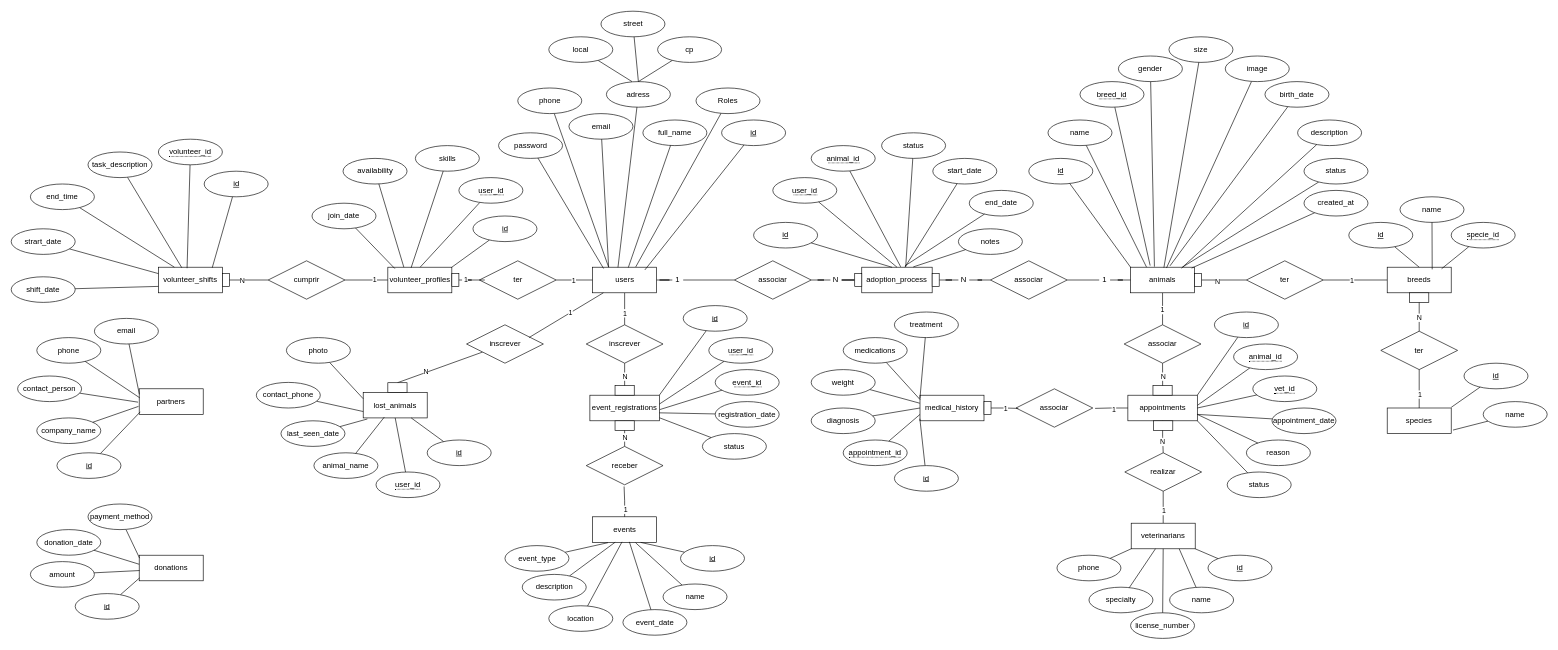
The draw.io diagram BaseDados/2025178491_AfonsoTeixeira/ModeloConceptual.drawio in afonsosateixeira/Grupo6, before the edit. Source tidied: cells renumbered, new cells numbered last; positions are measured from the earlier drawing's top-left corner, leaving out a move shared by most shapes. Both pictures are drawn from the tidied source at 64%, with x=0, y=0 at pixel (11, 11).
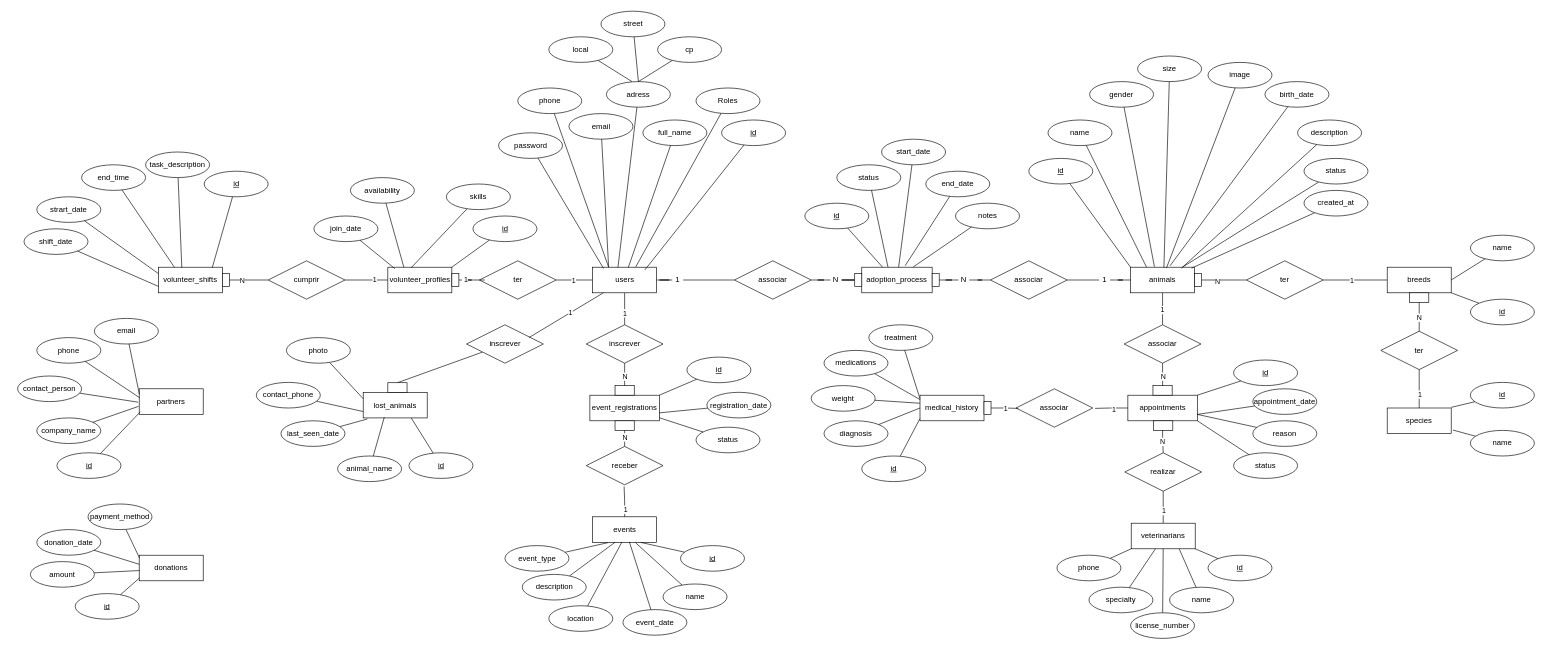
Above is the later version.

Unchanged cells that the change refers to:
```xml
<mxCell id="7" value="breeds" style="whiteSpace=wrap;html=1;align=center;" parent="1" vertex="1">
  <mxGeometry x="2150" y="400" width="100" height="40" as="geometry" />
</mxCell>
<mxCell id="15" value="animals" style="whiteSpace=wrap;html=1;align=center;" parent="1" vertex="1">
  <mxGeometry x="1749" y="400" width="100" height="40" as="geometry" />
</mxCell>
<mxCell id="17" value="adoption_process" style="whiteSpace=wrap;html=1;align=center;" parent="1" vertex="1">
  <mxGeometry x="1329" y="400" width="110" height="40" as="geometry" />
</mxCell>
<mxCell id="119" value="lost_animals" style="whiteSpace=wrap;html=1;align=center;" parent="1" vertex="1">
  <mxGeometry x="550" y="595.5" width="100" height="40" as="geometry" />
</mxCell>
<mxCell id="162" value="event_registrations" style="whiteSpace=wrap;html=1;align=center;" parent="1" vertex="1">
  <mxGeometry x="904.2" y="600" width="108.5" height="40" as="geometry" />
</mxCell>
<mxCell id="188" value="appointments" style="whiteSpace=wrap;html=1;align=center;" parent="1" vertex="1">
  <mxGeometry x="1744.8" y="600" width="108.5" height="40" as="geometry" />
</mxCell>
<mxCell id="201" value="medical_history" style="whiteSpace=wrap;html=1;align=center;" parent="1" vertex="1">
  <mxGeometry x="1420" y="600" width="100" height="40" as="geometry" />
</mxCell>
<mxCell id="218" value="volunteer_shifts" style="whiteSpace=wrap;html=1;align=center;" parent="1" vertex="1">
  <mxGeometry x="230" y="400" width="100" height="40" as="geometry" />
</mxCell>
<mxCell id="256" style="rounded=0;jettySize=auto;html=1;endArrow=none;endFill=0;entryX=0.5;entryY=0;entryDx=0;entryDy=0;" parent="1" edge="1" source="258" target="266">
  <mxGeometry relative="1" as="geometry" />
</mxCell>
```

Change to the diagram source:
```diff
@@
     <mxCell id="26" value="id" style="ellipse;whiteSpace=wrap;html=1;align=center;fontStyle=4;" parent="1" vertex="1">
-      <mxGeometry x="2270" y="550" width="100" height="40" as="geometry" />
+      <mxGeometry x="2280" y="580" width="100" height="40" as="geometry" />
     </mxCell>
@@
     <mxCell id="28" value="name" style="ellipse;whiteSpace=wrap;html=1;align=center;" parent="1" vertex="1">
-      <mxGeometry x="2300" y="610" width="100" height="40" as="geometry" />
+      <mxGeometry x="2280" y="655" width="100" height="40" as="geometry" />
     </mxCell>
@@
-    <mxCell id="30" style="rounded=0;jettySize=auto;html=1;endArrow=none;endFill=0;entryX=0.5;entryY=0;entryDx=0;entryDy=0;" parent="1" edge="1" source="31" target="7">
+    <mxCell id="30" style="rounded=0;jettySize=auto;html=1;endArrow=none;endFill=0;entryX=1;entryY=1;entryDx=0;entryDy=0;" parent="1" edge="1" source="31" target="7">
       <mxGeometry relative="1" as="geometry" />
     </mxCell>
     <mxCell id="31" value="id" style="ellipse;whiteSpace=wrap;html=1;align=center;fontStyle=4;" parent="1" vertex="1">
-      <mxGeometry x="2090" y="330" width="100" height="40" as="geometry" />
+      <mxGeometry x="2280" y="450" width="100" height="40" as="geometry" />
     </mxCell>
     <mxCell id="32" value="name" style="ellipse;whiteSpace=wrap;html=1;align=center;" parent="1" vertex="1">
-      <mxGeometry x="2170" y="290" width="100" height="40" as="geometry" />
+      <mxGeometry x="2280" y="350" width="100" height="40" as="geometry" />
     </mxCell>
-    <mxCell id="33" style="rounded=0;jettySize=auto;html=1;entryX=0.85;entryY=0.061;entryDx=0;entryDy=0;endArrow=none;endFill=0;entryPerimeter=0;" parent="1" edge="1" source="34" target="7">
-      <mxGeometry relative="1" as="geometry" />
-    </mxCell>
-    <mxCell id="34" value="&lt;span style=&quot;border-bottom: 1px dotted&quot;&gt;specie_id&lt;/span&gt;" style="ellipse;whiteSpace=wrap;html=1;align=center;" parent="1" vertex="1">
-      <mxGeometry x="2250" y="330" width="100" height="40" as="geometry" />
-    </mxCell>
@@
-    <mxCell id="49" style="rounded=0;jettySize=auto;html=1;entryX=0.306;entryY=-0.065;entryDx=0;entryDy=0;endArrow=none;endFill=0;entryPerimeter=0;" parent="1" edge="1" source="50" target="15">
-      <mxGeometry relative="1" as="geometry" />
-    </mxCell>
-    <mxCell id="50" value="&lt;span style=&quot;border-bottom: 1px dotted&quot;&gt;breed_id&lt;/span&gt;" style="ellipse;whiteSpace=wrap;html=1;align=center;" parent="1" vertex="1">
-      <mxGeometry x="1670" y="110" width="100" height="40" as="geometry" />
-    </mxCell>
@@
     <mxCell id="53" value="image" style="ellipse;whiteSpace=wrap;html=1;align=center;" parent="1" vertex="1">
-      <mxGeometry x="1897" y="70" width="100" height="40" as="geometry" />
+      <mxGeometry x="1870" y="80" width="100" height="40" as="geometry" />
     </mxCell>
@@
     <mxCell id="61" value="id" style="ellipse;whiteSpace=wrap;html=1;align=center;fontStyle=4;" parent="1" vertex="1">
-      <mxGeometry x="1160" y="330" width="100" height="40" as="geometry" />
+      <mxGeometry x="1240" y="300" width="100" height="40" as="geometry" />
     </mxCell>
-    <mxCell id="62" value="&lt;span style=&quot;border-bottom: 1px dotted&quot;&gt;user_id&lt;/span&gt;" style="ellipse;whiteSpace=wrap;html=1;align=center;" parent="1" vertex="1">
-      <mxGeometry x="1190" y="260" width="100" height="40" as="geometry" />
-    </mxCell>
-    <mxCell id="63" value="&lt;span style=&quot;border-bottom: 1px dotted&quot;&gt;animal_id&lt;/span&gt;" style="ellipse;whiteSpace=wrap;html=1;align=center;" parent="1" vertex="1">
-      <mxGeometry x="1250" y="210" width="100" height="40" as="geometry" />
-    </mxCell>
     <mxCell id="64" value="status" style="ellipse;whiteSpace=wrap;html=1;align=center;" parent="1" vertex="1">
-      <mxGeometry x="1360" y="190" width="100" height="40" as="geometry" />
+      <mxGeometry x="1290" y="240" width="100" height="40" as="geometry" />
     </mxCell>
@@
     <mxCell id="66" value="start_date" style="ellipse;whiteSpace=wrap;html=1;align=center;" parent="1" vertex="1">
-      <mxGeometry x="1440" y="230" width="100" height="40" as="geometry" />
+      <mxGeometry x="1360" y="200" width="100" height="40" as="geometry" />
     </mxCell>
     <mxCell id="67" value="notes" style="ellipse;whiteSpace=wrap;html=1;align=center;" parent="1" vertex="1">
-      <mxGeometry x="1480" y="340" width="100" height="40" as="geometry" />
+      <mxGeometry x="1475.5" y="300" width="100" height="40" as="geometry" />
     </mxCell>
-    <mxCell id="68" style="rounded=0;jettySize=auto;html=1;entryX=0.431;entryY=0.005;entryDx=0;entryDy=0;entryPerimeter=0;endArrow=none;endFill=0;" parent="1" edge="1" source="61" target="17">
+    <mxCell id="68" style="rounded=0;jettySize=auto;html=1;entryX=0.294;entryY=-0.005;entryDx=0;entryDy=0;entryPerimeter=0;endArrow=none;endFill=0;" parent="1" edge="1" source="61" target="17">
       <mxGeometry relative="1" as="geometry" />
     </mxCell>
-    <mxCell id="69" style="rounded=0;jettySize=auto;html=1;endArrow=none;endFill=0;entryX=0.5;entryY=0;entryDx=0;entryDy=0;" parent="1" edge="1" source="62" target="17">
-      <mxGeometry relative="1" as="geometry" />
-    </mxCell>
-    <mxCell id="70" style="rounded=0;jettySize=auto;html=1;entryX=0.553;entryY=-0.014;entryDx=0;entryDy=0;entryPerimeter=0;endArrow=none;endFill=0;" parent="1" edge="1" source="63" target="17">
-      <mxGeometry relative="1" as="geometry" />
-    </mxCell>
-    <mxCell id="71" style="rounded=0;jettySize=auto;html=1;entryX=0.624;entryY=-0.011;entryDx=0;entryDy=0;entryPerimeter=0;endArrow=none;endFill=0;" parent="1" edge="1" source="64" target="17">
-      <mxGeometry relative="1" as="geometry" />
+    <mxCell id="71" style="rounded=0;jettySize=auto;html=1;endArrow=none;endFill=0;" parent="1" edge="1" source="64">
+      <mxGeometry relative="1" as="geometry">
+        <mxPoint x="1370" y="400" as="targetPoint" />
+      </mxGeometry>
     </mxCell>
@@
     <mxCell id="85" value="gender" style="ellipse;whiteSpace=wrap;html=1;align=center;" parent="1" vertex="1">
-      <mxGeometry x="1730" y="70" width="100" height="40" as="geometry" />
+      <mxGeometry x="1685" y="110" width="100" height="40" as="geometry" />
     </mxCell>
@@
     <mxCell id="87" value="size" style="ellipse;whiteSpace=wrap;html=1;align=center;" parent="1" vertex="1">
-      <mxGeometry x="1809" y="40" width="100" height="40" as="geometry" />
+      <mxGeometry x="1760" y="70" width="100" height="40" as="geometry" />
     </mxCell>
@@
     <mxCell id="89" value="end_date" style="ellipse;whiteSpace=wrap;html=1;align=center;" parent="1" vertex="1">
-      <mxGeometry x="1497" y="280" width="100" height="40" as="geometry" />
+      <mxGeometry x="1429" y="250" width="100" height="40" as="geometry" />
     </mxCell>
@@
     <mxCell id="121" value="id" style="ellipse;whiteSpace=wrap;html=1;align=center;fontStyle=4;" parent="1" vertex="1">
-      <mxGeometry x="650" y="670" width="100" height="40" as="geometry" />
+      <mxGeometry x="621.5" y="690" width="100" height="40" as="geometry" />
     </mxCell>
     <mxCell id="122" value="animal_name" style="ellipse;whiteSpace=wrap;html=1;align=center;" parent="1" vertex="1">
-      <mxGeometry x="473" y="690" width="100" height="40" as="geometry" />
+      <mxGeometry x="510" y="695" width="100" height="40" as="geometry" />
     </mxCell>
@@
-    <mxCell id="128" style="rounded=0;jettySize=auto;html=1;entryX=0.5;entryY=1;entryDx=0;entryDy=0;endArrow=none;endFill=0;" parent="1" edge="1" source="129" target="119">
-      <mxGeometry relative="1" as="geometry" />
-    </mxCell>
-    <mxCell id="129" value="&lt;span style=&quot;border-bottom: 1px dotted&quot;&gt;user_id&lt;/span&gt;" style="ellipse;whiteSpace=wrap;html=1;align=center;" parent="1" vertex="1">
-      <mxGeometry x="570" y="720" width="100" height="40" as="geometry" />
-    </mxCell>
@@
     <mxCell id="137" value="skills" style="ellipse;whiteSpace=wrap;html=1;align=center;" parent="1" vertex="1">
-      <mxGeometry x="631.5" y="210" width="100" height="40" as="geometry" />
+      <mxGeometry x="680" y="270" width="100" height="40" as="geometry" />
     </mxCell>
@@
     <mxCell id="139" value="join_date" style="ellipse;whiteSpace=wrap;html=1;align=center;" parent="1" vertex="1">
-      <mxGeometry x="470" y="300" width="100" height="40" as="geometry" />
+      <mxGeometry x="473" y="320" width="100" height="40" as="geometry" />
     </mxCell>
     <mxCell id="140" value="availability" style="ellipse;whiteSpace=wrap;html=1;align=center;" parent="1" vertex="1">
-      <mxGeometry x="518.5" y="230" width="100" height="40" as="geometry" />
+      <mxGeometry x="530" y="260" width="100" height="40" as="geometry" />
     </mxCell>
@@
-    <mxCell id="143" style="rounded=0;jettySize=auto;html=1;endArrow=none;endFill=0;" parent="1" edge="1" source="144">
-      <mxGeometry relative="1" as="geometry">
-        <mxPoint x="639" y="400" as="targetPoint" />
-      </mxGeometry>
-    </mxCell>
-    <mxCell id="144" value="&lt;span style=&quot;border-bottom: 1px dotted&quot;&gt;user_id&lt;/span&gt;" style="ellipse;whiteSpace=wrap;html=1;align=center;" parent="1" vertex="1">
-      <mxGeometry x="699.5" y="260" width="100" height="40" as="geometry" />
-    </mxCell>
@@
     <mxCell id="164" value="id" style="ellipse;whiteSpace=wrap;html=1;align=center;fontStyle=4;" parent="1" vertex="1">
-      <mxGeometry x="1050" y="460" width="100" height="40" as="geometry" />
+      <mxGeometry x="1055.8" y="540.5" width="100" height="40" as="geometry" />
     </mxCell>
     <mxCell id="165" value="registration_date" style="ellipse;whiteSpace=wrap;html=1;align=center;" parent="1" vertex="1">
-      <mxGeometry x="1100" y="610" width="100" height="40" as="geometry" />
+      <mxGeometry x="1087" y="595.5" width="100" height="40" as="geometry" />
     </mxCell>
     <mxCell id="166" value="status" style="ellipse;whiteSpace=wrap;html=1;align=center;" parent="1" vertex="1">
-      <mxGeometry x="1080" y="660" width="100" height="40" as="geometry" />
+      <mxGeometry x="1070" y="650" width="100" height="40" as="geometry" />
     </mxCell>
@@
-    <mxCell id="169" style="rounded=0;jettySize=auto;html=1;endArrow=none;endFill=0;entryX=1.001;entryY=0.346;entryDx=0;entryDy=0;entryPerimeter=0;" parent="1" edge="1" source="170" target="162">
-      <mxGeometry relative="1" as="geometry" />
-    </mxCell>
-    <mxCell id="170" value="&lt;span style=&quot;border-bottom: 1px dotted&quot;&gt;user_id&lt;/span&gt;" style="ellipse;whiteSpace=wrap;html=1;align=center;" parent="1" vertex="1">
-      <mxGeometry x="1090" y="510" width="100" height="40" as="geometry" />
-    </mxCell>
-    <mxCell id="171" value="&lt;span style=&quot;border-bottom: 1px dotted&quot;&gt;event_id&lt;/span&gt;" style="ellipse;whiteSpace=wrap;html=1;align=center;" parent="1" vertex="1">
-      <mxGeometry x="1100" y="560" width="100" height="40" as="geometry" />
-    </mxCell>
-    <mxCell id="172" style="rounded=0;jettySize=auto;html=1;entryX=1.008;entryY=0.561;entryDx=0;entryDy=0;endArrow=none;endFill=0;entryPerimeter=0;" parent="1" edge="1" source="171" target="162">
-      <mxGeometry relative="1" as="geometry" />
-    </mxCell>
@@
     <mxCell id="190" value="id" style="ellipse;whiteSpace=wrap;html=1;align=center;fontStyle=4;" parent="1" vertex="1">
-      <mxGeometry x="1880" y="470" width="100" height="40" as="geometry" />
+      <mxGeometry x="1910" y="545" width="100" height="40" as="geometry" />
     </mxCell>
     <mxCell id="191" value="appointment_date" style="ellipse;whiteSpace=wrap;html=1;align=center;" parent="1" vertex="1">
-      <mxGeometry x="1970" y="620" width="100" height="40" as="geometry" />
+      <mxGeometry x="1940" y="590" width="100" height="40" as="geometry" />
     </mxCell>
     <mxCell id="192" value="reason" style="ellipse;whiteSpace=wrap;html=1;align=center;" parent="1" vertex="1">
-      <mxGeometry x="1930" y="670" width="100" height="40" as="geometry" />
+      <mxGeometry x="1940" y="640" width="100" height="40" as="geometry" />
     </mxCell>
@@
-    <mxCell id="195" style="rounded=0;jettySize=auto;html=1;entryX=1.003;entryY=0.394;entryDx=0;entryDy=0;endArrow=none;endFill=0;entryPerimeter=0;" parent="1" edge="1" source="196" target="188">
-      <mxGeometry relative="1" as="geometry" />
-    </mxCell>
-    <mxCell id="196" value="&lt;span style=&quot;border-bottom: 1px dotted&quot;&gt;animal_id&lt;/span&gt;" style="ellipse;whiteSpace=wrap;html=1;align=center;" parent="1" vertex="1">
-      <mxGeometry x="1910" y="520" width="100" height="40" as="geometry" />
-    </mxCell>
-    <mxCell id="197" value="&lt;span style=&quot;border-bottom: 1px dotted&quot;&gt;vet_id&lt;/span&gt;" style="ellipse;whiteSpace=wrap;html=1;align=center;" parent="1" vertex="1">
-      <mxGeometry x="1940" y="570" width="100" height="40" as="geometry" />
-    </mxCell>
-    <mxCell id="198" style="rounded=0;jettySize=auto;html=1;entryX=1;entryY=0.5;entryDx=0;entryDy=0;endArrow=none;endFill=0;" parent="1" edge="1" source="197" target="188">
-      <mxGeometry relative="1" as="geometry" />
-    </mxCell>
@@
     <mxCell id="200" value="status" style="ellipse;whiteSpace=wrap;html=1;align=center;" parent="1" vertex="1">
-      <mxGeometry x="1900" y="720" width="100" height="40" as="geometry" />
+      <mxGeometry x="1910" y="690" width="100" height="40" as="geometry" />
     </mxCell>
@@
     <mxCell id="203" value="id" style="ellipse;whiteSpace=wrap;html=1;align=center;fontStyle=4;" parent="1" vertex="1">
-      <mxGeometry x="1380" y="710" width="100" height="40" as="geometry" />
+      <mxGeometry x="1329" y="695" width="100" height="40" as="geometry" />
     </mxCell>
     <mxCell id="204" value="diagnosis" style="ellipse;whiteSpace=wrap;html=1;align=center;" parent="1" vertex="1">
-      <mxGeometry x="1250" y="620" width="100" height="40" as="geometry" />
+      <mxGeometry x="1270" y="640" width="100" height="40" as="geometry" />
     </mxCell>
@@
     <mxCell id="206" value="medications" style="ellipse;whiteSpace=wrap;html=1;align=center;" parent="1" vertex="1">
-      <mxGeometry x="1300" y="510" width="100" height="40" as="geometry" />
+      <mxGeometry x="1270" y="530" width="100" height="40" as="geometry" />
     </mxCell>
     <mxCell id="207" value="weight" style="ellipse;whiteSpace=wrap;html=1;align=center;" parent="1" vertex="1">
-      <mxGeometry x="1250" y="560" width="100" height="40" as="geometry" />
+      <mxGeometry x="1250" y="585" width="100" height="40" as="geometry" />
     </mxCell>
@@
-    <mxCell id="210" style="rounded=0;jettySize=auto;html=1;entryX=0;entryY=0.75;entryDx=0;entryDy=0;endArrow=none;endFill=0;" parent="1" edge="1" source="211" target="201">
-      <mxGeometry relative="1" as="geometry" />
-    </mxCell>
-    <mxCell id="211" value="&lt;span style=&quot;border-bottom: 1px dotted&quot;&gt;appointment_id&lt;/span&gt;" style="ellipse;whiteSpace=wrap;html=1;align=center;" parent="1" vertex="1">
-      <mxGeometry x="1300" y="670" width="100" height="40" as="geometry" />
-    </mxCell>
     <mxCell id="212" value="treatment" style="ellipse;whiteSpace=wrap;html=1;align=center;" parent="1" vertex="1">
-      <mxGeometry x="1380" y="470" width="100" height="40" as="geometry" />
+      <mxGeometry x="1340" y="490" width="100" height="40" as="geometry" />
     </mxCell>
@@
     <mxCell id="221" value="shift_date" style="ellipse;whiteSpace=wrap;html=1;align=center;" parent="1" vertex="1">
-      <mxGeometry y="415" width="100" height="40" as="geometry" />
+      <mxGeometry x="20" y="340" width="100" height="40" as="geometry" />
     </mxCell>
@@
     <mxCell id="223" value="end_time" style="ellipse;whiteSpace=wrap;html=1;align=center;" parent="1" vertex="1">
-      <mxGeometry x="30" y="270" width="100" height="40" as="geometry" />
+      <mxGeometry x="110" y="240" width="100" height="40" as="geometry" />
     </mxCell>
     <mxCell id="224" value="strart_date" style="ellipse;whiteSpace=wrap;html=1;align=center;" parent="1" vertex="1">
-      <mxGeometry y="340" width="100" height="40" as="geometry" />
+      <mxGeometry x="40" y="290" width="100" height="40" as="geometry" />
     </mxCell>
@@
-    <mxCell id="227" style="rounded=0;jettySize=auto;html=1;entryX=0.448;entryY=0.039;entryDx=0;entryDy=0;endArrow=none;endFill=0;entryPerimeter=0;" parent="1" edge="1" source="228" target="218">
-      <mxGeometry relative="1" as="geometry" />
-    </mxCell>
-    <mxCell id="228" value="&lt;span style=&quot;border-bottom: 1px dotted&quot;&gt;volunteer_id&lt;/span&gt;" style="ellipse;whiteSpace=wrap;html=1;align=center;" parent="1" vertex="1">
-      <mxGeometry x="230" y="200" width="100" height="40" as="geometry" />
-    </mxCell>
@@
     <mxCell id="230" value="task_description" style="ellipse;whiteSpace=wrap;html=1;align=center;" parent="1" vertex="1">
-      <mxGeometry x="120" y="220" width="100" height="40" as="geometry" />
+      <mxGeometry x="210" y="220" width="100" height="40" as="geometry" />
     </mxCell>
@@
-    <mxCell id="240" style="rounded=0;jettySize=auto;html=1;entryX=0.703;entryY=0.085;entryDx=0;entryDy=0;entryPerimeter=0;endArrow=none;endFill=0;" parent="1" edge="1" source="32" target="7">
+    <mxCell id="240" style="rounded=0;jettySize=auto;html=1;entryX=1;entryY=0.5;entryDx=0;entryDy=0;endArrow=none;endFill=0;" parent="1" edge="1" source="32" target="7">
       <mxGeometry relative="1" as="geometry" />
     </mxCell>
@@
-    <mxCell id="257" value="N" style="edgeLabel;html=1;align=center;verticalAlign=middle;" parent="256" vertex="1">
-      <mxGeometry x="0.33" y="-1" relative="1" as="geometry" />
-    </mxCell>
```
